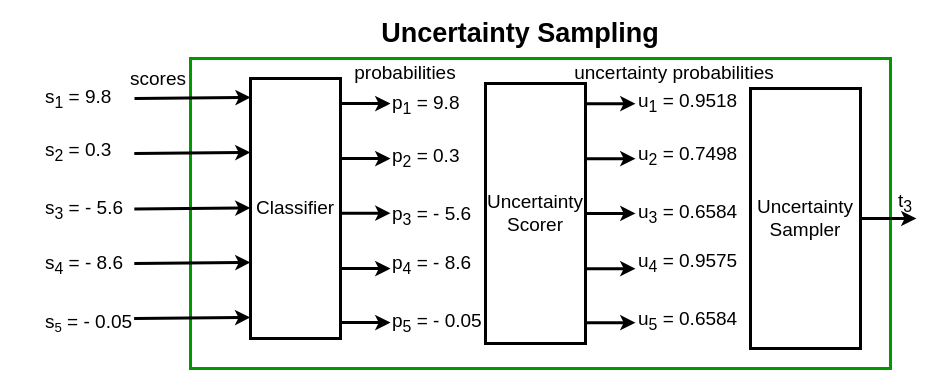
This is writing/master-thesis/figures/drawio_files/uncertainty_sampling_component.drawio from ChristophSc/master-thesis, a draw.io file, before an edit. Source tidied: cells renumbered, new cells numbered last; positions are measured from the earlier drawing's top-left corner, leaving out a move shared by most shapes. Both pictures are drawn from the tidied source at 100%, with x=0, y=0 at pixel (43, 18).
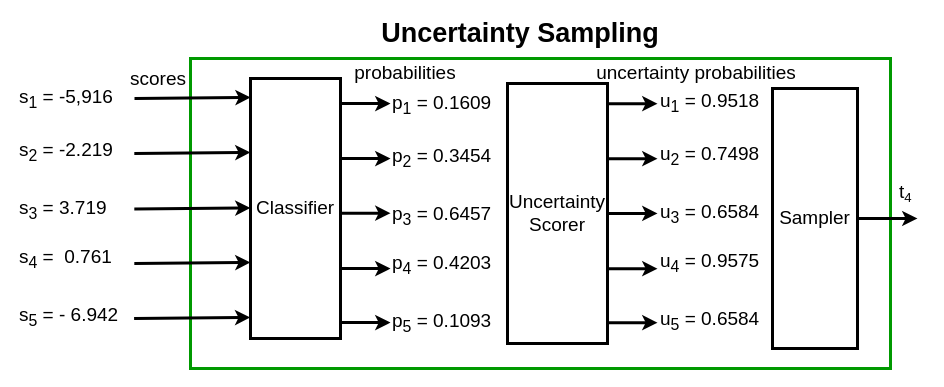
The same diagram, later.

Commit message (it also covers changes not shown here):
drawio files and corresponding pdfs updatet

Diff of the diagram source:
```diff
@@
-    <mxCell id="4" value="&lt;font style=&quot;font-size: 19px&quot;&gt;Uncertainty&lt;br&gt;Sampler&lt;br&gt;&lt;/font&gt;" style="rounded=0;whiteSpace=wrap;html=1;strokeWidth=3;" parent="1" vertex="1">
-      <mxGeometry x="707" y="70" width="110" height="260" as="geometry" />
+    <mxCell id="4" value="&lt;font style=&quot;font-size: 19px&quot;&gt;Sampler&lt;br&gt;&lt;/font&gt;" style="rounded=0;whiteSpace=wrap;html=1;strokeWidth=3;" parent="1" vertex="1">
+      <mxGeometry x="729" y="70" width="85" height="260" as="geometry" />
     </mxCell>
@@
     <mxCell id="7" value="&lt;font style=&quot;font-size: 19px&quot;&gt;Uncertainty&lt;br&gt;Scorer&lt;/font&gt;" style="rounded=0;whiteSpace=wrap;html=1;strokeWidth=3;" parent="1" vertex="1">
-      <mxGeometry x="442" y="65" width="100" height="260" as="geometry" />
+      <mxGeometry x="464" y="65" width="100" height="260" as="geometry" />
     </mxCell>
@@
     <mxCell id="14" value="uncertainty probabilities" style="text;html=1;strokeColor=none;fillColor=none;align=center;verticalAlign=middle;whiteSpace=wrap;rounded=0;fontSize=19;" parent="1" vertex="1">
-      <mxGeometry x="523" y="40" width="216" height="30" as="geometry" />
+      <mxGeometry x="545" y="40" width="216" height="30" as="geometry" />
     </mxCell>
     <mxCell id="15" style="endArrow=classic;html=1;rounded=0;fontSize=44;strokeWidth=3;" parent="1" edge="1">
       <mxGeometry relative="1" as="geometry">
-        <mxPoint x="542" y="85.2" as="sourcePoint" />
-        <mxPoint x="592" y="85.2" as="targetPoint" />
+        <mxPoint x="564" y="85.2" as="sourcePoint" />
+        <mxPoint x="614" y="85.2" as="targetPoint" />
       </mxGeometry>
     </mxCell>
     <mxCell id="16" style="endArrow=classic;html=1;rounded=0;fontSize=44;strokeWidth=3;" parent="1" edge="1">
       <mxGeometry relative="1" as="geometry">
-        <mxPoint x="542" y="140.2" as="sourcePoint" />
-        <mxPoint x="592" y="140.2" as="targetPoint" />
+        <mxPoint x="564" y="140.2" as="sourcePoint" />
+        <mxPoint x="614" y="140.2" as="targetPoint" />
       </mxGeometry>
     </mxCell>
     <mxCell id="17" style="endArrow=classic;html=1;rounded=0;fontSize=44;strokeWidth=3;" parent="1" edge="1">
       <mxGeometry relative="1" as="geometry">
-        <mxPoint x="542" y="194.9" as="sourcePoint" />
-        <mxPoint x="592" y="194.9" as="targetPoint" />
+        <mxPoint x="564" y="194.9" as="sourcePoint" />
+        <mxPoint x="614" y="194.9" as="targetPoint" />
       </mxGeometry>
     </mxCell>
     <mxCell id="18" style="endArrow=classic;html=1;rounded=0;fontSize=44;strokeWidth=3;" parent="1" edge="1">
       <mxGeometry relative="1" as="geometry">
-        <mxPoint x="542" y="250.2" as="sourcePoint" />
-        <mxPoint x="592" y="250.2" as="targetPoint" />
+        <mxPoint x="564" y="250.2" as="sourcePoint" />
+        <mxPoint x="614" y="250.2" as="targetPoint" />
       </mxGeometry>
     </mxCell>
     <mxCell id="19" style="endArrow=classic;html=1;rounded=0;fontSize=44;strokeWidth=3;" parent="1" edge="1">
       <mxGeometry relative="1" as="geometry">
-        <mxPoint x="542" y="304.2" as="sourcePoint" />
-        <mxPoint x="592" y="304.2" as="targetPoint" />
+        <mxPoint x="564" y="304.2" as="sourcePoint" />
+        <mxPoint x="614" y="304.2" as="targetPoint" />
       </mxGeometry>
     </mxCell>
-    <mxCell id="20" value="p&lt;sub&gt;1&lt;/sub&gt;&amp;nbsp;= 9.8" style="text;html=1;strokeColor=none;fillColor=none;align=left;verticalAlign=middle;whiteSpace=wrap;rounded=0;fontSize=19;" parent="1" vertex="1">
+    <mxCell id="20" value="p&lt;sub&gt;1&lt;/sub&gt;&amp;nbsp;= 0.1609" style="text;html=1;strokeColor=none;fillColor=none;align=left;verticalAlign=middle;whiteSpace=wrap;rounded=0;fontSize=19;" parent="1" vertex="1">
       <mxGeometry x="347" y="72" width="126" height="30" as="geometry" />
     </mxCell>
-    <mxCell id="21" value="p&lt;sub&gt;2&lt;/sub&gt; = 0.3" style="text;html=1;strokeColor=none;fillColor=none;align=left;verticalAlign=middle;whiteSpace=wrap;rounded=0;fontSize=19;" parent="1" vertex="1">
-      <mxGeometry x="347" y="125" width="80" height="30" as="geometry" />
+    <mxCell id="21" value="p&lt;sub&gt;2&lt;/sub&gt; = 0.3454" style="text;html=1;strokeColor=none;fillColor=none;align=left;verticalAlign=middle;whiteSpace=wrap;rounded=0;fontSize=19;" parent="1" vertex="1">
+      <mxGeometry x="347" y="125" width="107" height="30" as="geometry" />
     </mxCell>
-    <mxCell id="22" value="p&lt;sub&gt;5&lt;/sub&gt; = - 0.05" style="text;html=1;strokeColor=none;fillColor=none;align=left;verticalAlign=middle;whiteSpace=wrap;rounded=0;fontSize=19;" parent="1" vertex="1">
+    <mxCell id="22" value="p&lt;sub&gt;5&lt;/sub&gt; = 0.1093" style="text;html=1;strokeColor=none;fillColor=none;align=left;verticalAlign=middle;whiteSpace=wrap;rounded=0;fontSize=19;" parent="1" vertex="1">
       <mxGeometry x="347" y="290" width="105" height="30" as="geometry" />
     </mxCell>
-    <mxCell id="23" value="p&lt;sub&gt;4&lt;/sub&gt; = - 8.6" style="text;html=1;strokeColor=none;fillColor=none;align=left;verticalAlign=middle;whiteSpace=wrap;rounded=0;fontSize=19;" parent="1" vertex="1">
+    <mxCell id="23" value="p&lt;sub&gt;4&lt;/sub&gt; = 0.4203" style="text;html=1;strokeColor=none;fillColor=none;align=left;verticalAlign=middle;whiteSpace=wrap;rounded=0;fontSize=19;" parent="1" vertex="1">
       <mxGeometry x="347" y="232" width="105" height="30" as="geometry" />
     </mxCell>
-    <mxCell id="24" value="p&lt;sub&gt;3&lt;/sub&gt; = - 5.6" style="text;html=1;strokeColor=none;fillColor=none;align=left;verticalAlign=middle;whiteSpace=wrap;rounded=0;fontSize=19;" parent="1" vertex="1">
+    <mxCell id="24" value="p&lt;sub&gt;3&lt;/sub&gt; = 0.6457" style="text;html=1;strokeColor=none;fillColor=none;align=left;verticalAlign=middle;whiteSpace=wrap;rounded=0;fontSize=19;" parent="1" vertex="1">
       <mxGeometry x="347" y="182.5" width="105" height="30" as="geometry" />
     </mxCell>
@@
     <mxCell id="30" value="u&lt;sub&gt;1&lt;/sub&gt; = 0.9518" style="text;html=1;strokeColor=none;fillColor=none;align=left;verticalAlign=middle;whiteSpace=wrap;rounded=0;fontSize=19;" parent="1" vertex="1">
-      <mxGeometry x="593" y="70" width="114" height="30" as="geometry" />
+      <mxGeometry x="615" y="70" width="114" height="30" as="geometry" />
     </mxCell>
     <mxCell id="31" value="u&lt;sub&gt;2&lt;/sub&gt; = 0.7498" style="text;html=1;strokeColor=none;fillColor=none;align=left;verticalAlign=middle;whiteSpace=wrap;rounded=0;fontSize=19;" parent="1" vertex="1">
-      <mxGeometry x="593" y="123" width="104" height="30" as="geometry" />
+      <mxGeometry x="615" y="123" width="104" height="30" as="geometry" />
     </mxCell>
     <mxCell id="32" value="u&lt;sub&gt;5&lt;/sub&gt; = 0.6584" style="text;html=1;strokeColor=none;fillColor=none;align=left;verticalAlign=middle;whiteSpace=wrap;rounded=0;fontSize=19;" parent="1" vertex="1">
-      <mxGeometry x="593" y="288" width="105" height="30" as="geometry" />
+      <mxGeometry x="615" y="288" width="105" height="30" as="geometry" />
     </mxCell>
     <mxCell id="33" value="u&lt;sub&gt;4&lt;/sub&gt; = 0.9575" style="text;html=1;strokeColor=none;fillColor=none;align=left;verticalAlign=middle;whiteSpace=wrap;rounded=0;fontSize=19;" parent="1" vertex="1">
-      <mxGeometry x="593" y="230" width="105" height="30" as="geometry" />
+      <mxGeometry x="615" y="230" width="105" height="30" as="geometry" />
     </mxCell>
     <mxCell id="34" value="u&lt;sub&gt;3&lt;/sub&gt; = 0.6584" style="text;html=1;strokeColor=none;fillColor=none;align=left;verticalAlign=middle;whiteSpace=wrap;rounded=0;fontSize=19;" parent="1" vertex="1">
-      <mxGeometry x="593" y="180.5" width="105" height="30" as="geometry" />
+      <mxGeometry x="615" y="180.5" width="105" height="30" as="geometry" />
     </mxCell>
     <mxCell id="35" style="endArrow=classic;html=1;rounded=0;fontSize=44;strokeWidth=3;exitX=1;exitY=0.5;exitDx=0;exitDy=0;" parent="1" edge="1" source="4">
       <mxGeometry relative="1" as="geometry">
-        <mxPoint x="873" y="200" as="targetPoint" />
+        <mxPoint x="874" y="200" as="targetPoint" />
       </mxGeometry>
     </mxCell>
-    <mxCell id="36" value="s&lt;sub&gt;1&lt;/sub&gt; = 9.8" style="text;html=1;strokeColor=none;fillColor=none;align=left;verticalAlign=middle;whiteSpace=wrap;rounded=0;fontSize=19;" parent="1" vertex="1">
-      <mxGeometry y="66" width="80" height="30" as="geometry" />
-    </mxCell>
-    <mxCell id="37" value="s&lt;sub&gt;2&lt;/sub&gt; = 0.3" style="text;html=1;strokeColor=none;fillColor=none;align=left;verticalAlign=middle;whiteSpace=wrap;rounded=0;fontSize=19;" parent="1" vertex="1">
-      <mxGeometry y="119" width="80" height="30" as="geometry" />
-    </mxCell>
-    <mxCell id="38" value="s&lt;span style=&quot;font-size: 15.8333px&quot;&gt;&lt;sub&gt;5&lt;/sub&gt;&lt;/span&gt;&amp;nbsp;= - 0.05" style="text;html=1;strokeColor=none;fillColor=none;align=left;verticalAlign=middle;whiteSpace=wrap;rounded=0;fontSize=19;" parent="1" vertex="1">
-      <mxGeometry y="290" width="105" height="30" as="geometry" />
-    </mxCell>
-    <mxCell id="39" value="s&lt;sub&gt;4&lt;/sub&gt; = - 8.6" style="text;html=1;strokeColor=none;fillColor=none;align=left;verticalAlign=middle;whiteSpace=wrap;rounded=0;fontSize=19;" parent="1" vertex="1">
-      <mxGeometry y="232" width="105" height="30" as="geometry" />
-    </mxCell>
-    <mxCell id="40" value="s&lt;sub&gt;3&lt;/sub&gt; = - 5.6" style="text;html=1;strokeColor=none;fillColor=none;align=left;verticalAlign=middle;whiteSpace=wrap;rounded=0;fontSize=19;" parent="1" vertex="1">
-      <mxGeometry y="176.5" width="105" height="30" as="geometry" />
-    </mxCell>
-    <mxCell id="41" value="t&lt;sub&gt;3&lt;/sub&gt;" style="text;html=1;strokeColor=none;fillColor=none;align=left;verticalAlign=middle;whiteSpace=wrap;rounded=0;fontSize=19;" parent="1" vertex="1">
-      <mxGeometry x="853" y="170" width="20" height="30" as="geometry" />
+    <mxCell id="41" value="t&lt;span style=&quot;font-size: 15.8333px&quot;&gt;&lt;sub&gt;4&lt;/sub&gt;&lt;/span&gt;" style="text;html=1;strokeColor=none;fillColor=none;align=left;verticalAlign=middle;whiteSpace=wrap;rounded=0;fontSize=19;" parent="1" vertex="1">
+      <mxGeometry x="854" y="160" width="20" height="30" as="geometry" />
     </mxCell>
+    <mxCell id="42" value="s&lt;sub&gt;1&lt;/sub&gt; = -5,916" style="text;html=1;strokeColor=none;fillColor=none;align=left;verticalAlign=middle;whiteSpace=wrap;rounded=0;fontSize=19;" parent="1" vertex="1">
+      <mxGeometry x="-26" y="66" width="106" height="30" as="geometry" />
+    </mxCell>
+    <mxCell id="43" value="s&lt;sub&gt;2&lt;/sub&gt; = -2.219" style="text;html=1;strokeColor=none;fillColor=none;align=left;verticalAlign=middle;whiteSpace=wrap;rounded=0;fontSize=19;" parent="1" vertex="1">
+      <mxGeometry x="-26" y="119" width="106" height="30" as="geometry" />
+    </mxCell>
+    <mxCell id="44" value="s&lt;sub&gt;5&lt;/sub&gt; = - 6.942" style="text;html=1;strokeColor=none;fillColor=none;align=left;verticalAlign=middle;whiteSpace=wrap;rounded=0;fontSize=19;" parent="1" vertex="1">
+      <mxGeometry x="-26" y="284" width="105" height="30" as="geometry" />
+    </mxCell>
+    <mxCell id="45" value="s&lt;sub&gt;4&lt;/sub&gt; =&amp;nbsp; 0.761" style="text;html=1;strokeColor=none;fillColor=none;align=left;verticalAlign=middle;whiteSpace=wrap;rounded=0;fontSize=19;" parent="1" vertex="1">
+      <mxGeometry x="-26" y="226" width="105" height="30" as="geometry" />
+    </mxCell>
+    <mxCell id="46" value="s&lt;sub&gt;3&lt;/sub&gt; = 3.719" style="text;html=1;strokeColor=none;fillColor=none;align=left;verticalAlign=middle;whiteSpace=wrap;rounded=0;fontSize=19;" parent="1" vertex="1">
+      <mxGeometry x="-26" y="176.5" width="105" height="30" as="geometry" />
+    </mxCell>
```
